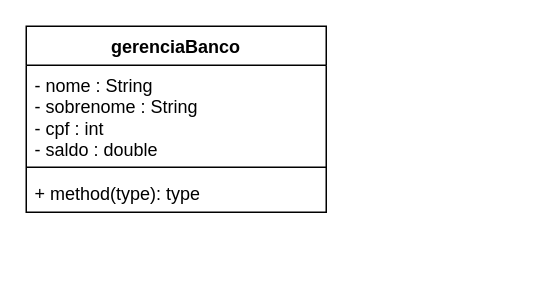
This is Diagrama sem nome.drawio from ENGENHARIA-DE-SOFTWARE-UNOPAR/gerenciaBanco, a draw.io file, before an edit. Source tidied: cells renumbered, new cells numbered last; positions are measured from the earlier drawing's top-left corner, leaving out a move shared by most shapes. Both pictures are drawn from the tidied source at 150%, with x=0, y=0 at pixel (26, 26).
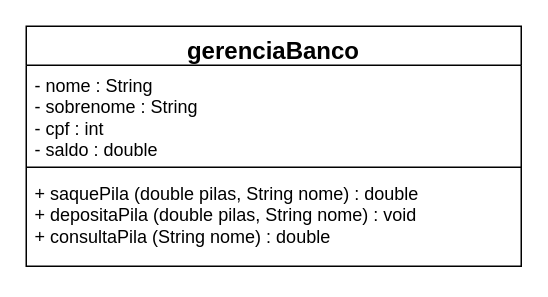
Above is the later version.

Commit message:
Actualizar Diagrama UML gerenciaBanco

Diff of the diagram source:
```diff
@@
 <mxGraphModel>
   <root>
     <mxCell id="0" />
     <mxCell id="1" parent="0" />
-    <mxCell id="2" value="gerenciaBanco" style="swimlane;fontStyle=1;align=center;verticalAlign=top;horizontal=1;startSize=26;whiteSpace=wrap;html=1;" parent="1" vertex="1">
-      <mxGeometry width="200" height="124" as="geometry" />
+    <mxCell id="2" value="&lt;font style=&quot;font-size: 16px;&quot;&gt;gerenciaBanco&lt;/font&gt;" style="swimlane;fontStyle=1;align=center;verticalAlign=top;horizontal=1;startSize=26;whiteSpace=wrap;html=1;" parent="1" vertex="1">
+      <mxGeometry width="330" height="160" as="geometry" />
     </mxCell>
     <mxCell id="3" value="- nome : String&lt;br&gt;- sobrenome : String&lt;br&gt;- cpf : int&lt;br&gt;- saldo : double" style="text;strokeColor=none;fillColor=none;align=left;verticalAlign=top;spacingLeft=4;spacingRight=4;overflow=hidden;whiteSpace=wrap;html=1;" parent="2" vertex="1">
-      <mxGeometry y="26" width="200" height="64" as="geometry" />
+      <mxGeometry y="26" width="330" height="64" as="geometry" />
     </mxCell>
     <mxCell id="4" style="line;strokeWidth=1;fillColor=none;align=left;verticalAlign=middle;spacingTop=-1;spacingLeft=3;spacingRight=3;labelPosition=right;strokeColor=inherit;" parent="2" vertex="1">
-      <mxGeometry y="90" width="200" height="8" as="geometry" />
+      <mxGeometry y="90" width="330" height="8" as="geometry" />
     </mxCell>
-    <mxCell id="5" value="+ method(type): type" style="text;strokeColor=none;fillColor=none;align=left;verticalAlign=top;spacingLeft=4;spacingRight=4;overflow=hidden;whiteSpace=wrap;html=1;" parent="2" vertex="1">
-      <mxGeometry y="98" width="200" height="26" as="geometry" />
+    <mxCell id="5" value="+ saquePila (double pilas, String nome) : double&lt;br&gt;+ depositaPila (double pilas, String nome) : void&lt;br&gt;+ consultaPila (String nome) : double" style="text;strokeColor=none;fillColor=none;align=left;verticalAlign=top;spacingLeft=4;spacingRight=4;overflow=hidden;whiteSpace=wrap;html=1;" parent="2" vertex="1">
+      <mxGeometry y="98" width="330" height="62" as="geometry" />
     </mxCell>
   </root>
 </mxGraphModel>
```
